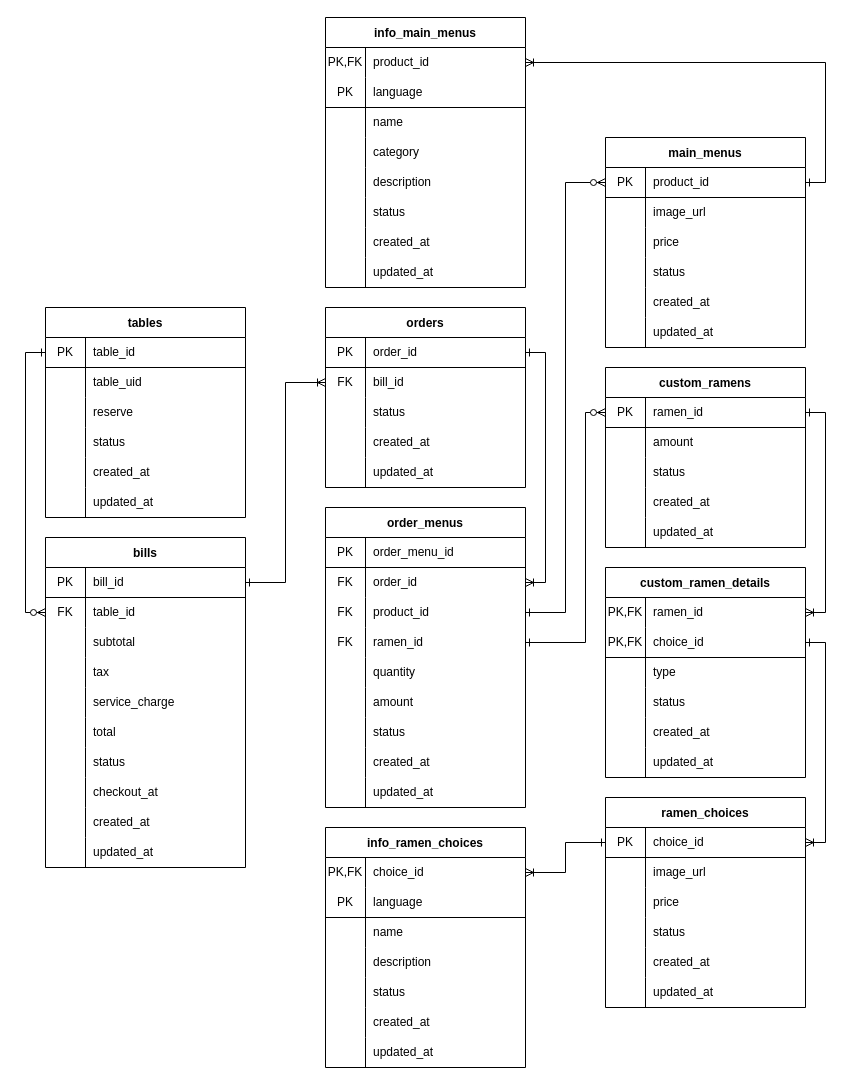
PiriyaDEV/harihari-ramen keeps this draw.io diagram as page "ER Diagram" (1 of 2) of Document/Design Diagram.drawio. Above is the earlier version. Source tidied: cells renumbered, new cells numbered last; positions are measured from the earlier drawing's top-left corner, leaving out a move shared by most shapes. Both pictures are drawn from the tidied source at 100%, with x=0, y=0 at pixel (45, 17).
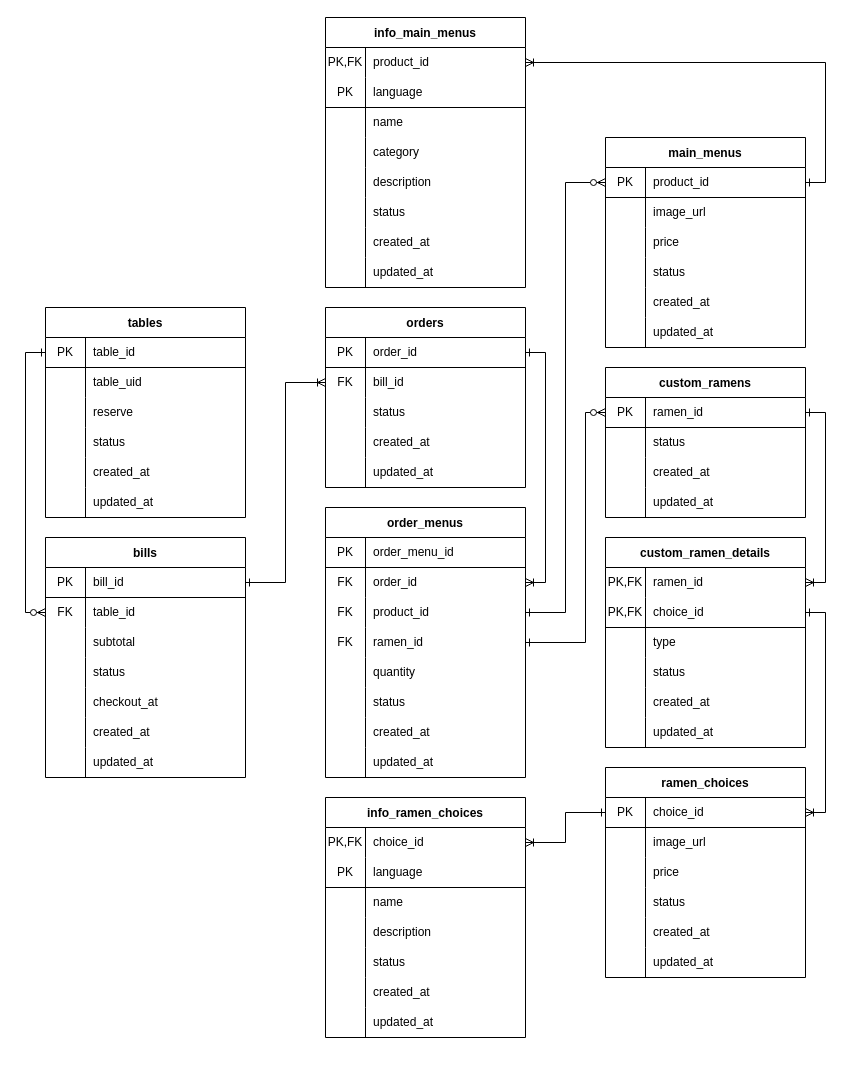
After the change.

Commit message:
Remove fields from tables

Unchanged cells that the change refers to:
```xml
<mxCell id="22" style="shape=partialRectangle;html=1;whiteSpace=wrap;fillColor=none;top=0;left=0;bottom=1;right=0;points=[[0,0.5],[1,0.5]];portConstraint=eastwest;" parent="21" vertex="1">
  <mxGeometry y="30" width="200" height="30" as="geometry" />
</mxCell>
<mxCell id="117" style="shape=partialRectangle;html=1;whiteSpace=wrap;fillColor=none;top=0;left=0;bottom=1;right=0;points=[[0,0.5],[1,0.5]];portConstraint=eastwest;" parent="116" vertex="1">
  <mxGeometry y="30" width="200" height="30" as="geometry" />
</mxCell>
<mxCell id="156" style="shape=partialRectangle;html=1;whiteSpace=wrap;fillColor=none;top=0;left=0;bottom=0;right=0;points=[[0,0.5],[1,0.5]];portConstraint=eastwest;" parent="155" vertex="1">
  <mxGeometry y="30" width="200" height="30" as="geometry" />
</mxCell>
<mxCell id="159" style="shape=partialRectangle;html=1;whiteSpace=wrap;fillColor=none;top=0;left=0;bottom=1;right=0;points=[[0,0.5],[1,0.5]];portConstraint=eastwest;" parent="155" vertex="1">
  <mxGeometry y="60" width="200" height="30" as="geometry" />
</mxCell>
<mxCell id="204" style="shape=partialRectangle;html=1;whiteSpace=wrap;fillColor=none;top=0;left=0;bottom=0;right=0;points=[[0,0.5],[1,0.5]];portConstraint=eastwest;" parent="203" vertex="1">
  <mxGeometry y="30" width="200" height="30" as="geometry" />
</mxCell>
```

Change to the diagram source:
```diff
@@
     <mxCell id="21" value="ramen_choices" style="shape=table;startSize=30;childLayout=tableLayout;rowLines=0;fontStyle=1;align=center;" parent="1" vertex="1">
-      <mxGeometry x="560" y="780" width="200" height="210" as="geometry" />
+      <mxGeometry x="560" y="750" width="200" height="210" as="geometry" />
     </mxCell>
@@
     <mxCell id="40" value="bills" style="shape=table;startSize=30;childLayout=tableLayout;rowLines=0;fontStyle=1;align=center;" parent="1" vertex="1">
-      <mxGeometry y="520" width="200" height="330" as="geometry" />
+      <mxGeometry y="520" width="200" height="240" as="geometry" />
     </mxCell>
@@
-    <mxCell id="50" style="shape=partialRectangle;html=1;whiteSpace=wrap;fillColor=none;top=0;left=0;bottom=0;right=0;" parent="40" vertex="1">
-      <mxGeometry y="120" width="200" height="30" as="geometry" />
-    </mxCell>
-    <mxCell id="51" style="shape=partialRectangle;html=1;whiteSpace=wrap;fillColor=none;top=0;left=0;bottom=0;right=0;overflow=hidden;" parent="50" vertex="1">
-      <mxGeometry width="40" height="30" as="geometry" />
-    </mxCell>
-    <mxCell id="52" value="tax" style="shape=partialRectangle;html=1;whiteSpace=wrap;fillColor=none;top=0;left=0;bottom=0;right=0;align=left;spacingLeft=6;overflow=hidden;" parent="50" vertex="1">
-      <mxGeometry x="40" width="160" height="30" as="geometry" />
-    </mxCell>
-    <mxCell id="53" style="shape=partialRectangle;html=1;whiteSpace=wrap;fillColor=none;top=0;left=0;bottom=0;right=0;" parent="40" vertex="1">
-      <mxGeometry y="150" width="200" height="30" as="geometry" />
-    </mxCell>
-    <mxCell id="54" style="shape=partialRectangle;html=1;whiteSpace=wrap;fillColor=none;top=0;left=0;bottom=0;right=0;overflow=hidden;" parent="53" vertex="1">
-      <mxGeometry width="40" height="30" as="geometry" />
-    </mxCell>
-    <mxCell id="55" value="service_charge" style="shape=partialRectangle;html=1;whiteSpace=wrap;fillColor=none;top=0;left=0;bottom=0;right=0;align=left;spacingLeft=6;overflow=hidden;" parent="53" vertex="1">
-      <mxGeometry x="40" width="160" height="30" as="geometry" />
-    </mxCell>
-    <mxCell id="56" style="shape=partialRectangle;html=1;whiteSpace=wrap;fillColor=none;top=0;left=0;bottom=0;right=0;" parent="40" vertex="1">
-      <mxGeometry y="180" width="200" height="30" as="geometry" />
-    </mxCell>
-    <mxCell id="57" style="shape=partialRectangle;html=1;whiteSpace=wrap;fillColor=none;top=0;left=0;bottom=0;right=0;overflow=hidden;" parent="56" vertex="1">
-      <mxGeometry width="40" height="30" as="geometry" />
-    </mxCell>
-    <mxCell id="58" value="total" style="shape=partialRectangle;html=1;whiteSpace=wrap;fillColor=none;top=0;left=0;bottom=0;right=0;align=left;spacingLeft=6;overflow=hidden;" parent="56" vertex="1">
-      <mxGeometry x="40" width="160" height="30" as="geometry" />
-    </mxCell>
     <mxCell id="59" style="shape=partialRectangle;html=1;whiteSpace=wrap;fillColor=none;top=0;left=0;bottom=0;right=0;" parent="40" vertex="1">
-      <mxGeometry y="210" width="200" height="30" as="geometry" />
+      <mxGeometry y="120" width="200" height="30" as="geometry" />
     </mxCell>
@@
     <mxCell id="62" style="shape=partialRectangle;html=1;whiteSpace=wrap;fillColor=none;top=0;left=0;bottom=0;right=0;" parent="40" vertex="1">
-      <mxGeometry y="240" width="200" height="30" as="geometry" />
+      <mxGeometry y="150" width="200" height="30" as="geometry" />
     </mxCell>
@@
     <mxCell id="65" style="shape=partialRectangle;html=1;whiteSpace=wrap;fillColor=none;top=0;left=0;bottom=0;right=0;" parent="40" vertex="1">
-      <mxGeometry y="270" width="200" height="30" as="geometry" />
+      <mxGeometry y="180" width="200" height="30" as="geometry" />
     </mxCell>
@@
     <mxCell id="68" style="shape=partialRectangle;html=1;whiteSpace=wrap;fillColor=none;top=0;left=0;bottom=0;right=0;" parent="40" vertex="1">
-      <mxGeometry y="300" width="200" height="30" as="geometry" />
+      <mxGeometry y="210" width="200" height="30" as="geometry" />
     </mxCell>
@@
     <mxCell id="88" value="order_menus" style="shape=table;startSize=30;childLayout=tableLayout;rowLines=0;fontStyle=1;align=center;" parent="1" vertex="1">
-      <mxGeometry x="280" y="490" width="200" height="300" as="geometry" />
+      <mxGeometry x="280" y="490" width="200" height="270" as="geometry" />
     </mxCell>
@@
-    <mxCell id="104" style="shape=partialRectangle;html=1;whiteSpace=wrap;fillColor=none;top=0;left=0;bottom=0;right=0;" parent="88" vertex="1">
-      <mxGeometry y="180" width="200" height="30" as="geometry" />
-    </mxCell>
-    <mxCell id="105" style="shape=partialRectangle;html=1;whiteSpace=wrap;fillColor=none;top=0;left=0;bottom=0;right=0;overflow=hidden;" parent="104" vertex="1">
-      <mxGeometry width="40" height="30" as="geometry" />
-    </mxCell>
-    <mxCell id="106" value="amount" style="shape=partialRectangle;html=1;whiteSpace=wrap;fillColor=none;top=0;left=0;bottom=0;right=0;align=left;spacingLeft=6;overflow=hidden;" parent="104" vertex="1">
-      <mxGeometry x="40" width="160" height="30" as="geometry" />
-    </mxCell>
     <mxCell id="107" style="shape=partialRectangle;html=1;whiteSpace=wrap;fillColor=none;top=0;left=0;bottom=0;right=0;" parent="88" vertex="1">
-      <mxGeometry y="210" width="200" height="30" as="geometry" />
+      <mxGeometry y="180" width="200" height="30" as="geometry" />
     </mxCell>
@@
     <mxCell id="110" style="shape=partialRectangle;html=1;whiteSpace=wrap;fillColor=none;top=0;left=0;bottom=0;right=0;" parent="88" vertex="1">
-      <mxGeometry y="240" width="200" height="30" as="geometry" />
+      <mxGeometry y="210" width="200" height="30" as="geometry" />
     </mxCell>
@@
     <mxCell id="113" style="shape=partialRectangle;html=1;whiteSpace=wrap;fillColor=none;top=0;left=0;bottom=0;right=0;" parent="88" vertex="1">
-      <mxGeometry y="270" width="200" height="30" as="geometry" />
+      <mxGeometry y="240" width="200" height="30" as="geometry" />
     </mxCell>
@@
     <mxCell id="116" value="custom_ramens" style="shape=table;startSize=30;childLayout=tableLayout;rowLines=0;fontStyle=1;align=center;" parent="1" vertex="1">
-      <mxGeometry x="560" y="350" width="200" height="180" as="geometry" />
+      <mxGeometry x="560" y="350" width="200" height="150" as="geometry" />
     </mxCell>
@@
-    <mxCell id="120" style="shape=partialRectangle;html=1;whiteSpace=wrap;fillColor=none;top=0;left=0;bottom=0;right=0;" parent="116" vertex="1">
-      <mxGeometry y="60" width="200" height="30" as="geometry" />
-    </mxCell>
-    <mxCell id="121" style="shape=partialRectangle;html=1;whiteSpace=wrap;fillColor=none;top=0;left=0;bottom=0;right=0;overflow=hidden;" parent="120" vertex="1">
-      <mxGeometry width="40" height="30" as="geometry" />
-    </mxCell>
-    <mxCell id="122" value="amount" style="shape=partialRectangle;html=1;whiteSpace=wrap;fillColor=none;top=0;left=0;bottom=0;right=0;align=left;spacingLeft=6;overflow=hidden;" parent="120" vertex="1">
-      <mxGeometry x="40" width="160" height="30" as="geometry" />
-    </mxCell>
     <mxCell id="123" style="shape=partialRectangle;html=1;whiteSpace=wrap;fillColor=none;top=0;left=0;bottom=0;right=0;" parent="116" vertex="1">
-      <mxGeometry y="90" width="200" height="30" as="geometry" />
+      <mxGeometry y="60" width="200" height="30" as="geometry" />
     </mxCell>
@@
     <mxCell id="126" style="shape=partialRectangle;html=1;whiteSpace=wrap;fillColor=none;top=0;left=0;bottom=0;right=0;" parent="116" vertex="1">
-      <mxGeometry y="120" width="200" height="30" as="geometry" />
+      <mxGeometry y="90" width="200" height="30" as="geometry" />
     </mxCell>
@@
     <mxCell id="129" style="shape=partialRectangle;html=1;whiteSpace=wrap;fillColor=none;top=0;left=0;bottom=0;right=0;" parent="116" vertex="1">
-      <mxGeometry y="150" width="200" height="30" as="geometry" />
+      <mxGeometry y="120" width="200" height="30" as="geometry" />
     </mxCell>
@@
     <mxCell id="155" value="custom_ramen_details" style="shape=table;startSize=30;childLayout=tableLayout;rowLines=0;fontStyle=1;align=center;" parent="1" vertex="1">
-      <mxGeometry x="560" y="550" width="200" height="210" as="geometry" />
+      <mxGeometry x="560" y="520" width="200" height="210" as="geometry" />
     </mxCell>
@@
     <mxCell id="174" style="edgeStyle=orthogonalEdgeStyle;rounded=0;jettySize=auto;html=1;endArrow=ERoneToMany;endFill=0;startArrow=ERone;startFill=0;exitX=1;exitY=0.5;exitDx=0;exitDy=0;entryX=1;entryY=0.5;entryDx=0;entryDy=0;" parent="1" edge="1" source="159" target="22">
       <mxGeometry relative="1" as="geometry">
         <Array as="points">
-          <mxPoint x="780" y="625" />
-          <mxPoint x="780" y="825" />
+          <mxPoint x="780" y="595" />
+          <mxPoint x="780" y="795" />
         </Array>
       </mxGeometry>
     </mxCell>
     <mxCell id="175" style="edgeStyle=orthogonalEdgeStyle;rounded=0;jettySize=auto;html=1;entryX=1;entryY=0.5;entryDx=0;entryDy=0;endArrow=ERoneToMany;endFill=0;startArrow=ERone;startFill=0;" parent="1" edge="1" source="117" target="156">
       <mxGeometry relative="1" as="geometry">
         <Array as="points">
           <mxPoint x="780" y="395" />
-          <mxPoint x="780" y="595" />
+          <mxPoint x="780" y="565" />
         </Array>
       </mxGeometry>
     </mxCell>
@@
     <mxCell id="177" style="edgeStyle=orthogonalEdgeStyle;rounded=0;jettySize=auto;html=1;entryX=1;entryY=0.5;entryDx=0;entryDy=0;startArrow=ERone;startFill=0;endArrow=ERoneToMany;endFill=0;exitX=0;exitY=0.5;exitDx=0;exitDy=0;" parent="1" edge="1" source="22" target="204">
       <mxGeometry relative="1" as="geometry">
         <Array as="points">
+          <mxPoint x="520" y="795" />
           <mxPoint x="520" y="825" />
-          <mxPoint x="520" y="855" />
         </Array>
       </mxGeometry>
     </mxCell>
@@
     <mxCell id="203" value="info_ramen_choices" style="shape=table;startSize=30;childLayout=tableLayout;rowLines=0;fontStyle=1;align=center;" parent="1" vertex="1">
-      <mxGeometry x="280" y="810" width="200" height="240" as="geometry" />
+      <mxGeometry x="280" y="780" width="200" height="240" as="geometry" />
     </mxCell>
```
